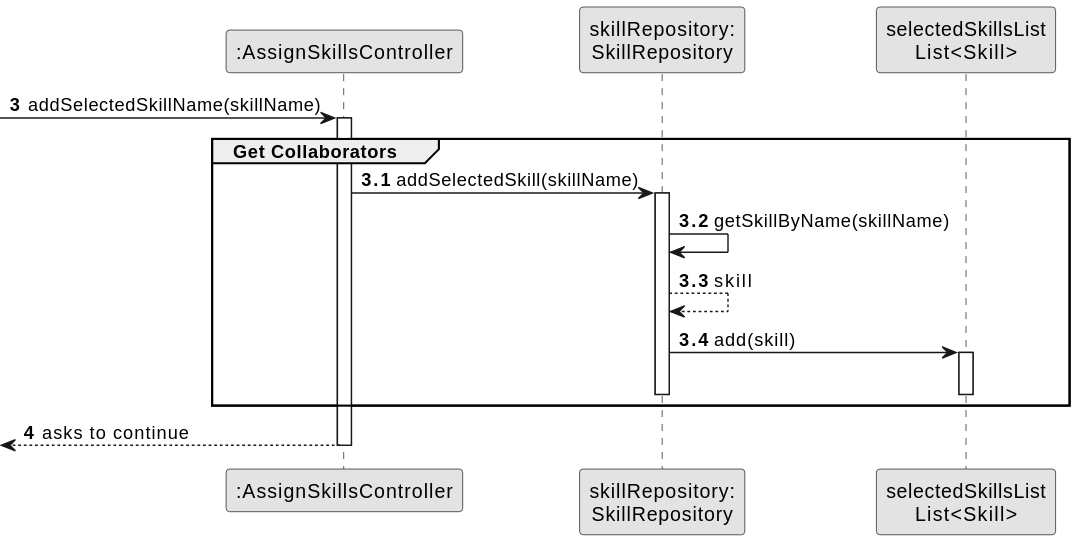
Earlier version of the PlantUML export docs/sprintB/us004/03.design/svg/us004-sequence-diagram-partial-get-collaborators.svg (Departamento-de-Engenharia-Informatica/lei-24-s2-1dm-g132).
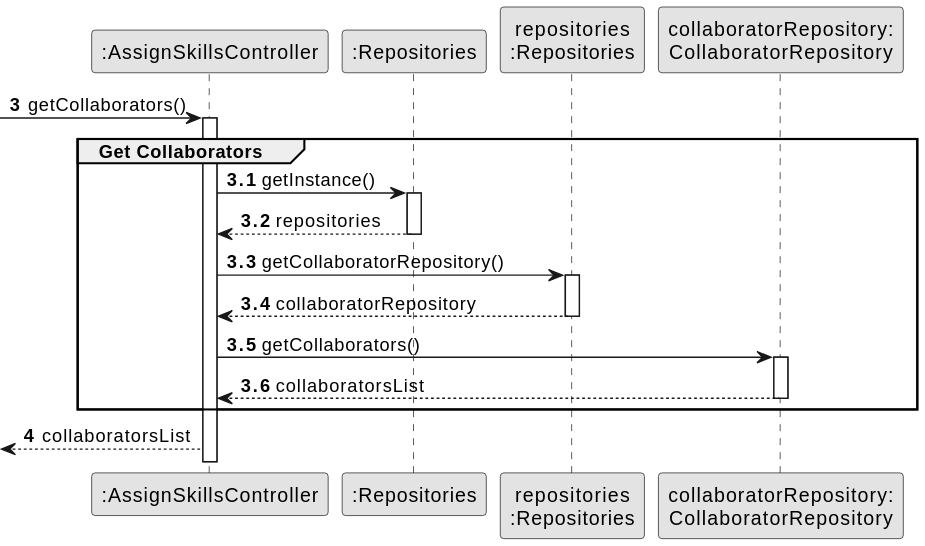
The same diagram one commit later.

Diff of the diagram source:
```diff
@@ -4,32 +4,36 @@
 skinparam shadowing false
 
 participant ":AssignSkillsController" as CTRL
-participant "skillRepository:\nSkillRepository" as SkillRepository
-participant "selectedSkillsList\nList<Skill>" as selectedSkillsList
+participant ":Repositories" as RepositorySingleton
+participant "repositories\n:Repositories" as PLAT
+participant "collaboratorRepository:\nCollaboratorRepository" as CollaboratorRepository
 
 autonumber 3
--> CTRL : addSelectedSkillName(skillName)
+-> CTRL : getCollaborators()
 
 autonumber 3.1
 
 activate CTRL
     group Get Collaborators
-        CTRL -> SkillRepository: addSelectedSkill(skillName)
-        activate SkillRepository
+           CTRL -> RepositorySingleton : getInstance()
+           activate RepositorySingleton
 
-        SkillRepository -> SkillRepository: getSkillByName(skillName)
+           RepositorySingleton --> CTRL: repositories
+           deactivate RepositorySingleton
 
-        SkillRepository --> SkillRepository: skill
-        SkillRepository -> selectedSkillsList : add(skill)
-        activate selectedSkillsList
+           CTRL -> PLAT : getCollaboratorRepository()
+           activate PLAT
 
-        deactivate selectedSkillsList
-        deactivate SkillRepository
+           PLAT --> CTRL: collaboratorRepository
+           deactivate PLAT
 
-    end group
+           CTRL -> CollaboratorRepository : getCollaborators()
+           activate CollaboratorRepository
 
-    autonumber 4
-    <-- CTRL : asks to continue
+           CollaboratorRepository --> CTRL : collaboratorsList
+           deactivate CollaboratorRepository
 
-deactivate CTRL
+end group
+autonumber 4
+<-- CTRL : collaboratorsList
 @enduml
```
